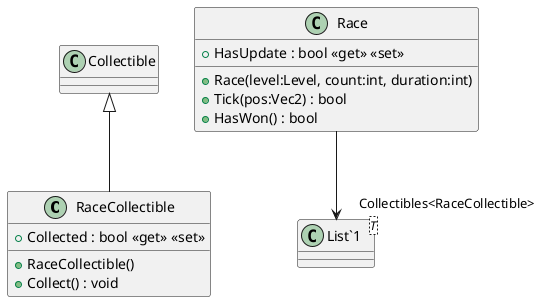
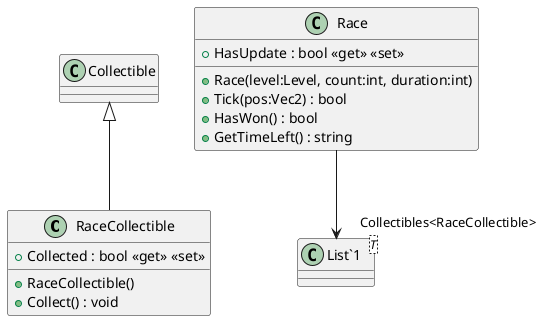
@startuml
class RaceCollectible {
    + Collected : bool <<get>> <<set>>
    + RaceCollectible()
    + Collect() : void
}
class Race {
    + HasUpdate : bool <<get>> <<set>>
    + Race(level:Level, count:int, duration:int)
    + Tick(pos:Vec2) : bool
    + HasWon() : bool
+     + GetTimeLeft() : string
}
class "List`1"<T> {
}
Collectible <|-- RaceCollectible
Race --> "Collectibles<RaceCollectible>" "List`1"
@enduml
